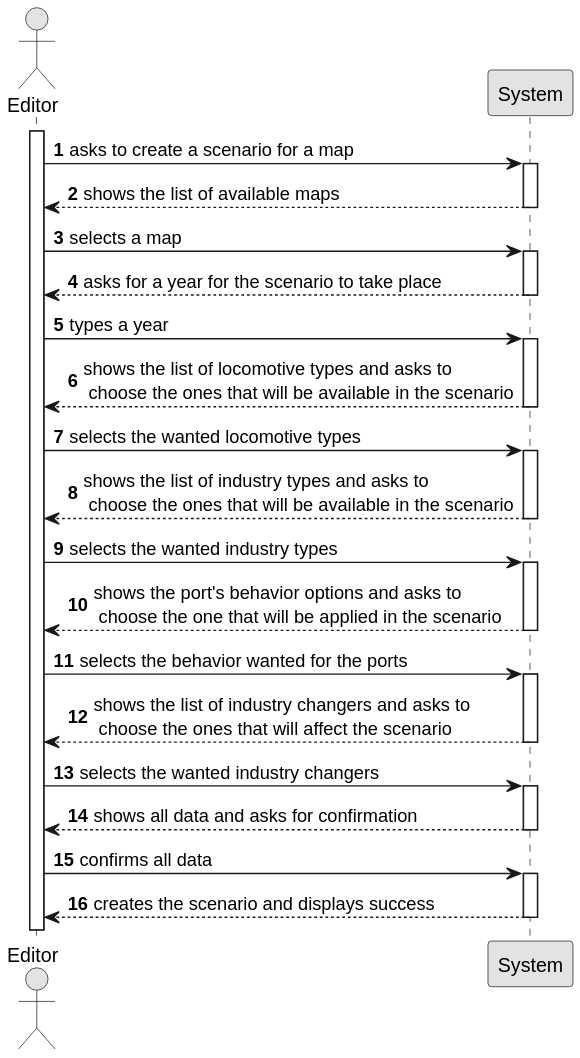
1240935/pi2-railway-simulator keeps this PlantUML diagram as Sprint2/US004/01.requirements-engineering/svg/US004-SSD.svg. Above is the earlier version.
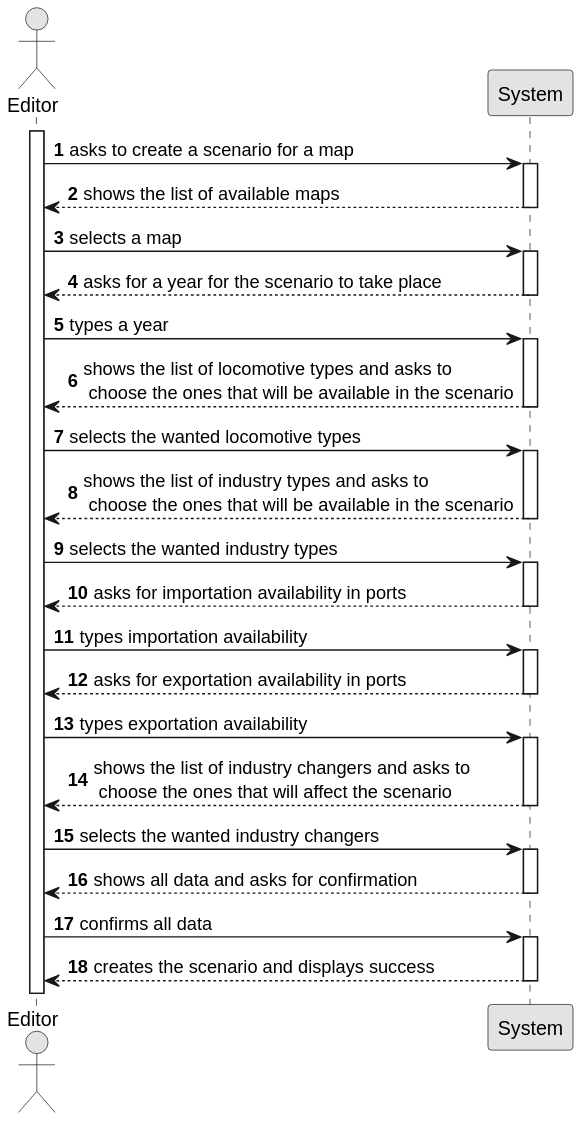
Later version of the same file.

Change to the diagram source:
```diff
@@ -37,11 +37,17 @@
     Employee -> System : selects the wanted industry types
     activate System
 
-    System --> Employee : shows the port's behavior options and asks to \n choose the one that will be applied in the scenario
+    System --> Employee : asks for importation availability in ports
     deactivate System
 
-    Employee -> System : selects the behavior wanted for the ports
+    Employee -> System :  types importation availability
     activate System
+
+    System --> Employee : asks for exportation availability in ports
+        deactivate System
+
+        Employee -> System : types exportation availability
+        activate System
 
     System --> Employee : shows the list of industry changers and asks to \n choose the ones that will affect the scenario
     deactivate System
```
